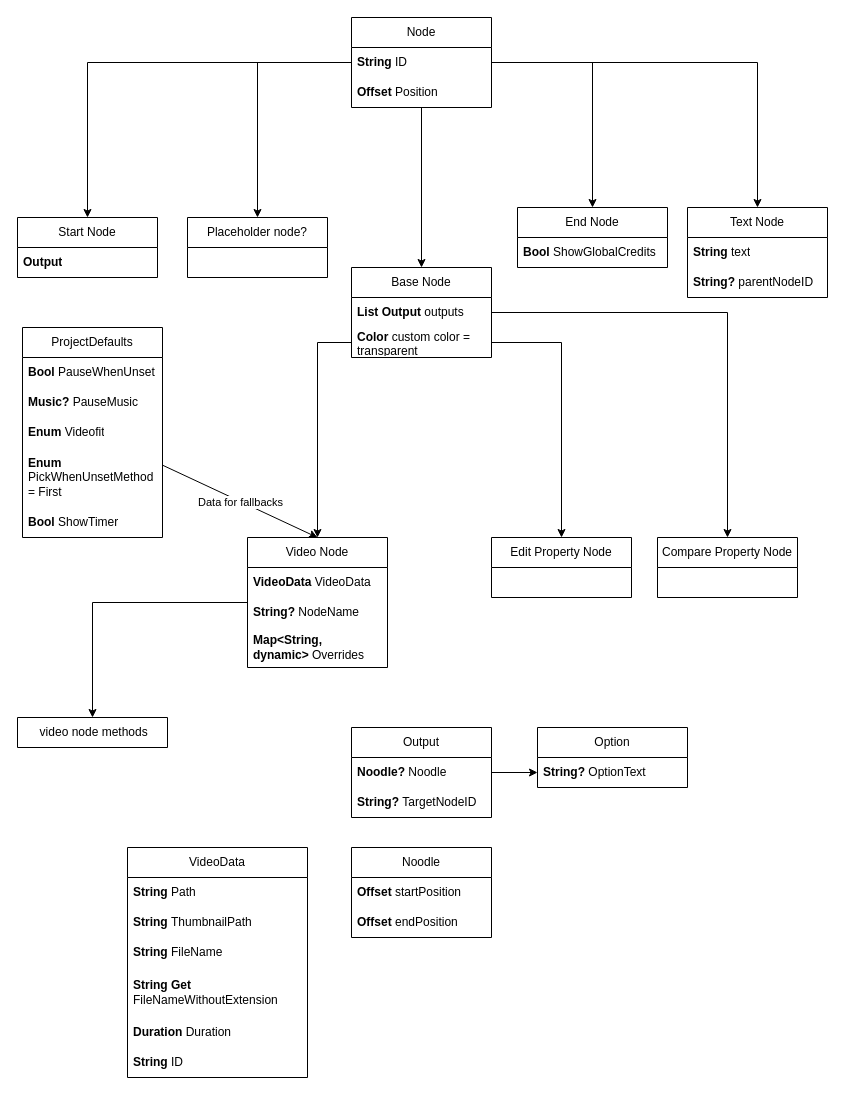
k-pasta/Nutria_FMV_Maker keeps this draw.io diagram as page "Nodes" (6 of 7) of Nutria FMV.drawio. Above is the earlier version. Source tidied: cells renumbered, new cells numbered last; positions are measured from the earlier drawing's top-left corner, leaving out a move shared by most shapes. Both pictures are drawn from the tidied source at 100%, with x=0, y=0 at pixel (17, 17).
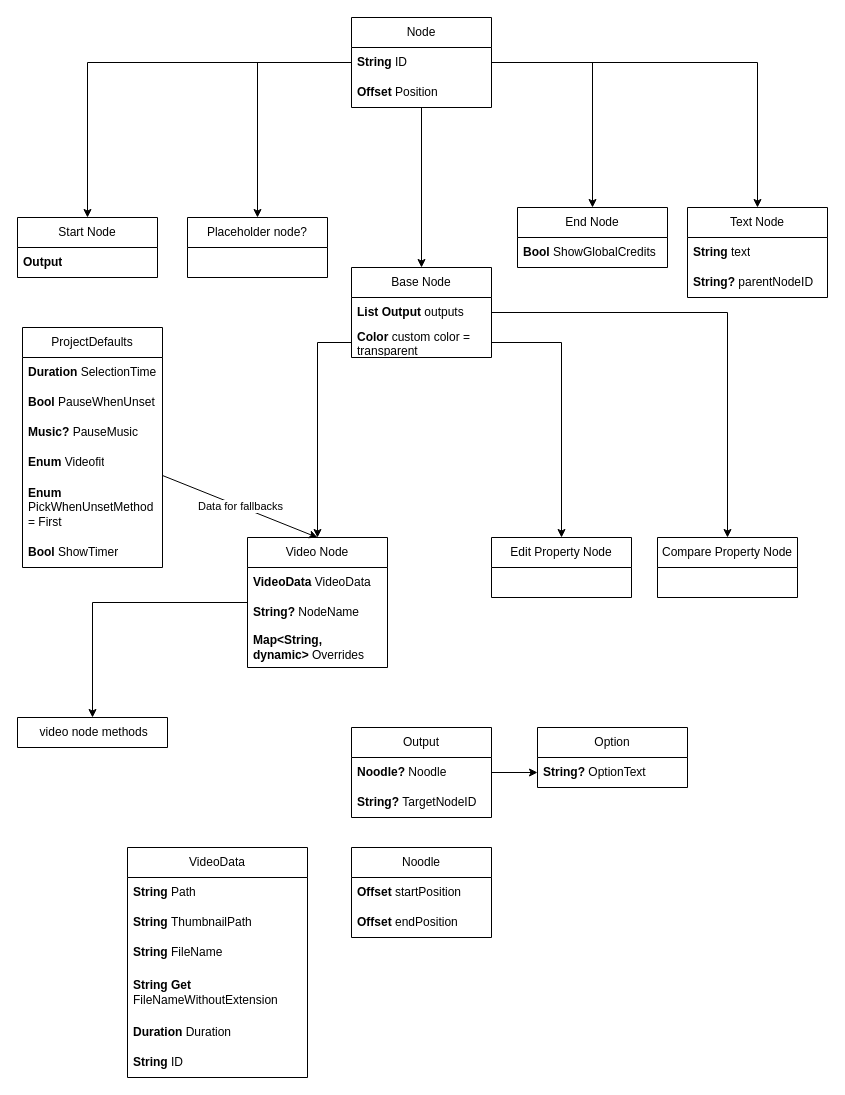
After the change.

What changed in the source:
```diff
@@
     <mxCell id="35" value="ProjectDefaults" style="swimlane;fontStyle=0;horizontal=1;startSize=30;whiteSpace=wrap;html=1;" parent="1" vertex="1">
-      <mxGeometry x="5" y="310" width="140" height="210" as="geometry" />
+      <mxGeometry x="5" y="310" width="140" height="240" as="geometry" />
     </mxCell>
+    <mxCell id="56" value="&lt;b&gt;Duration&amp;nbsp;&lt;/b&gt;SelectionTime" style="text;strokeColor=none;fillColor=none;align=left;verticalAlign=middle;spacingLeft=4;spacingRight=4;overflow=hidden;whiteSpace=wrap;html=1;" parent="35" vertex="1">
+      <mxGeometry y="30" width="140" height="30" as="geometry" />
+    </mxCell>
     <mxCell id="36" value="&lt;b&gt;Bool&amp;nbsp;&lt;/b&gt;PauseWhenUnset" style="text;strokeColor=none;fillColor=none;align=left;verticalAlign=middle;spacingLeft=4;spacingRight=4;overflow=hidden;whiteSpace=wrap;html=1;" parent="35" vertex="1">
-      <mxGeometry y="30" width="140" height="30" as="geometry" />
+      <mxGeometry y="60" width="140" height="30" as="geometry" />
     </mxCell>
     <mxCell id="37" value="&lt;b&gt;Music?&amp;nbsp;&lt;/b&gt;PauseMusic" style="text;strokeColor=none;fillColor=none;align=left;verticalAlign=middle;spacingLeft=4;spacingRight=4;overflow=hidden;whiteSpace=wrap;html=1;" parent="35" vertex="1">
-      <mxGeometry y="60" width="140" height="30" as="geometry" />
+      <mxGeometry y="90" width="140" height="30" as="geometry" />
     </mxCell>
     <mxCell id="38" value="&lt;b&gt;Enum &lt;/b&gt;Videofit" style="text;strokeColor=none;fillColor=none;align=left;verticalAlign=middle;spacingLeft=4;spacingRight=4;overflow=hidden;whiteSpace=wrap;html=1;" parent="35" vertex="1">
-      <mxGeometry y="90" width="140" height="30" as="geometry" />
+      <mxGeometry y="120" width="140" height="30" as="geometry" />
     </mxCell>
     <mxCell id="39" value="&lt;b&gt;Enum &lt;/b&gt;PickWhenUnsetMethod = First" style="text;strokeColor=none;fillColor=none;align=left;verticalAlign=middle;spacingLeft=4;spacingRight=4;overflow=hidden;whiteSpace=wrap;html=1;" parent="35" vertex="1">
-      <mxGeometry y="120" width="140" height="60" as="geometry" />
+      <mxGeometry y="150" width="140" height="60" as="geometry" />
     </mxCell>
     <mxCell id="40" value="&lt;b&gt;Bool&amp;nbsp;&lt;/b&gt;ShowTimer" style="text;strokeColor=none;fillColor=none;align=left;verticalAlign=middle;spacingLeft=4;spacingRight=4;overflow=hidden;whiteSpace=wrap;html=1;" parent="35" vertex="1">
-      <mxGeometry y="180" width="140" height="30" as="geometry" />
+      <mxGeometry y="210" width="140" height="30" as="geometry" />
     </mxCell>
```
